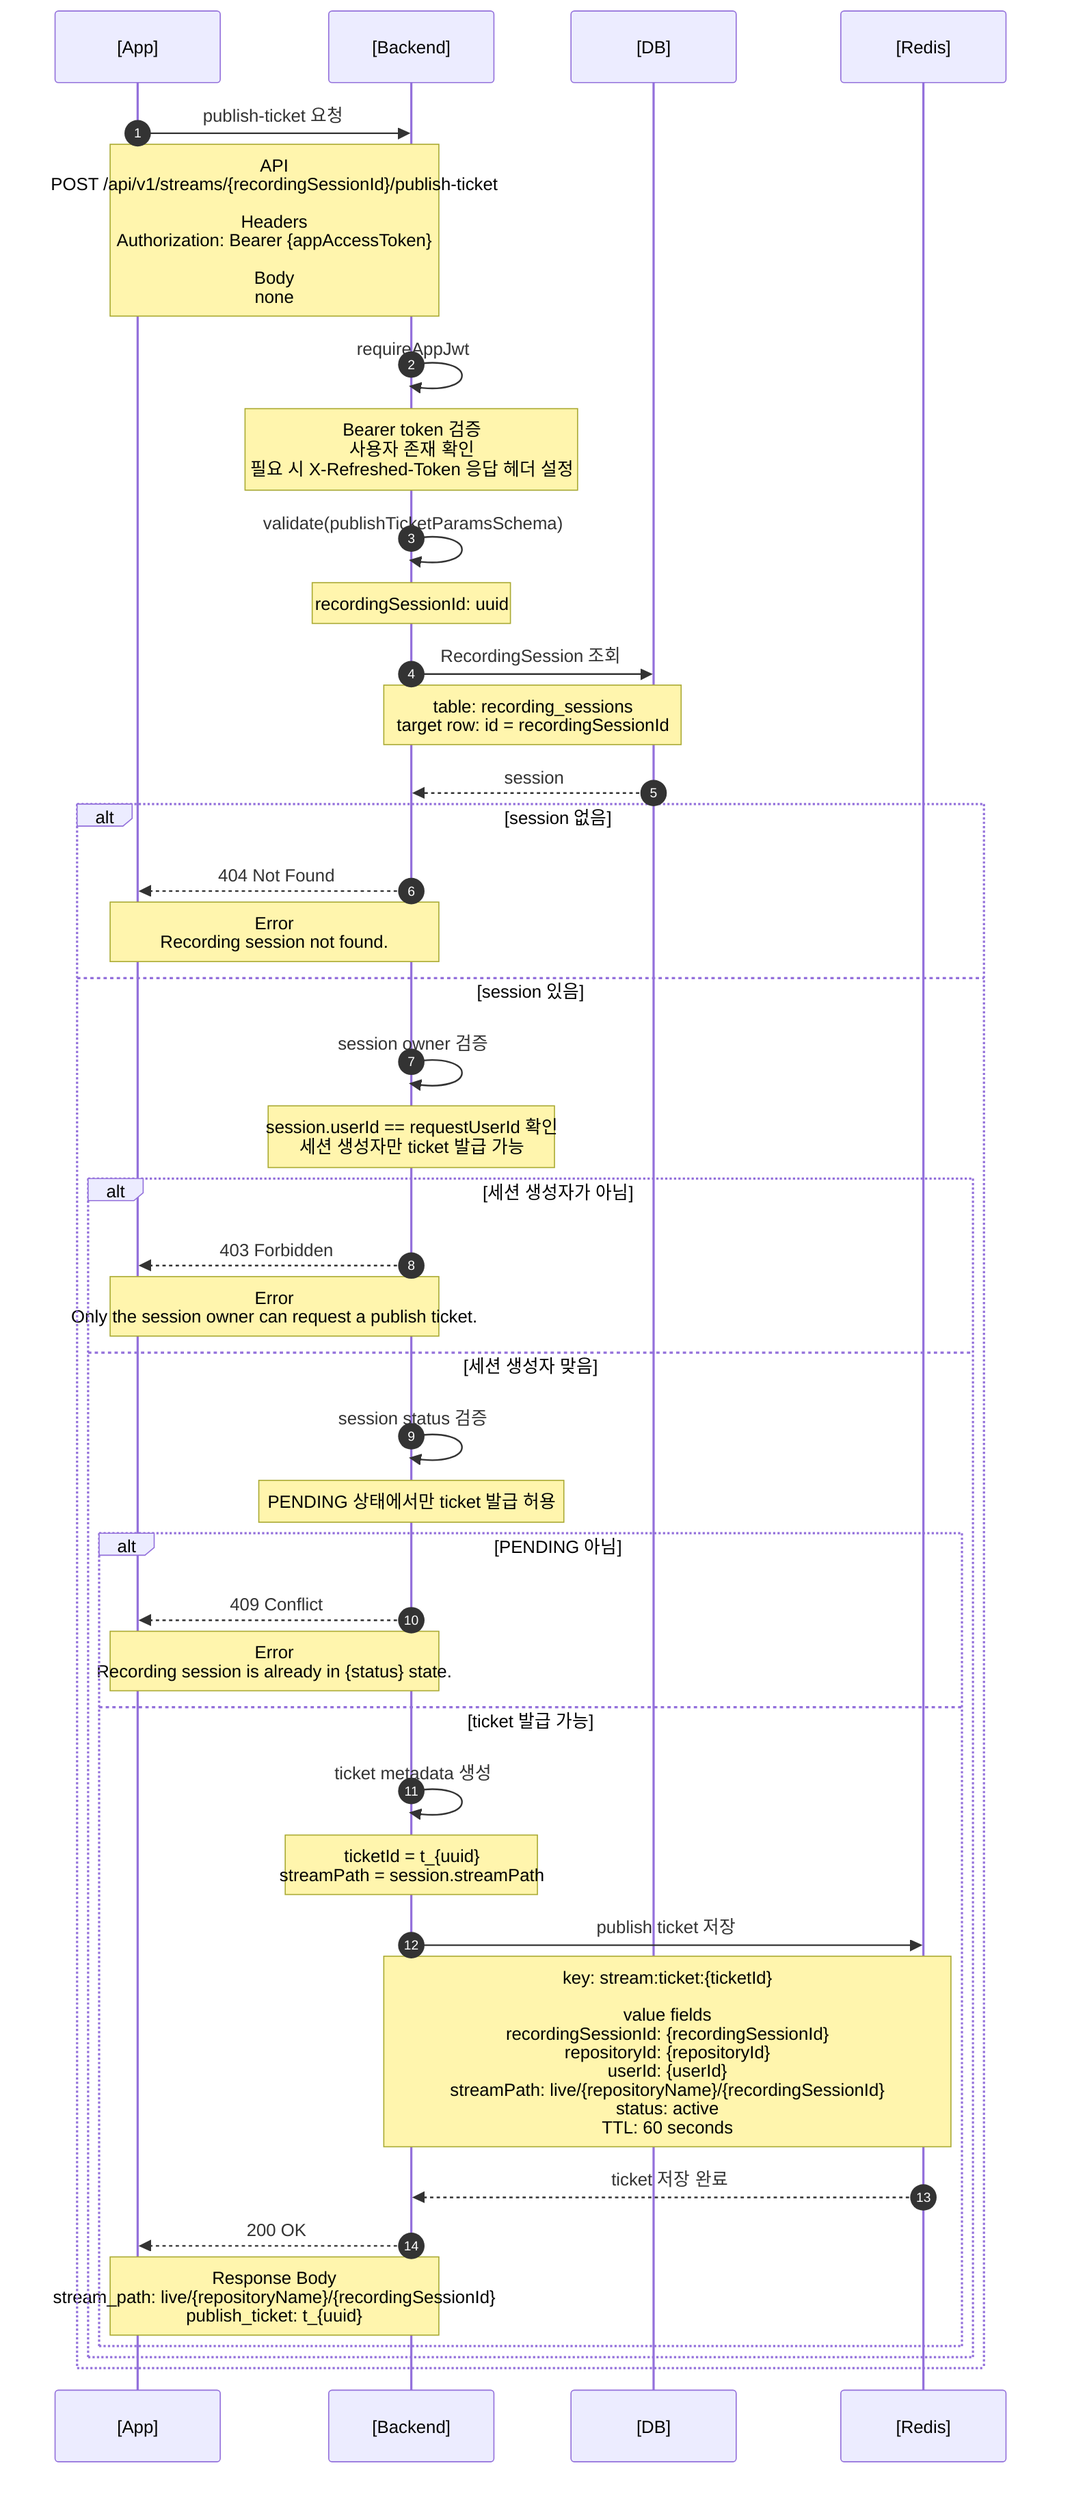
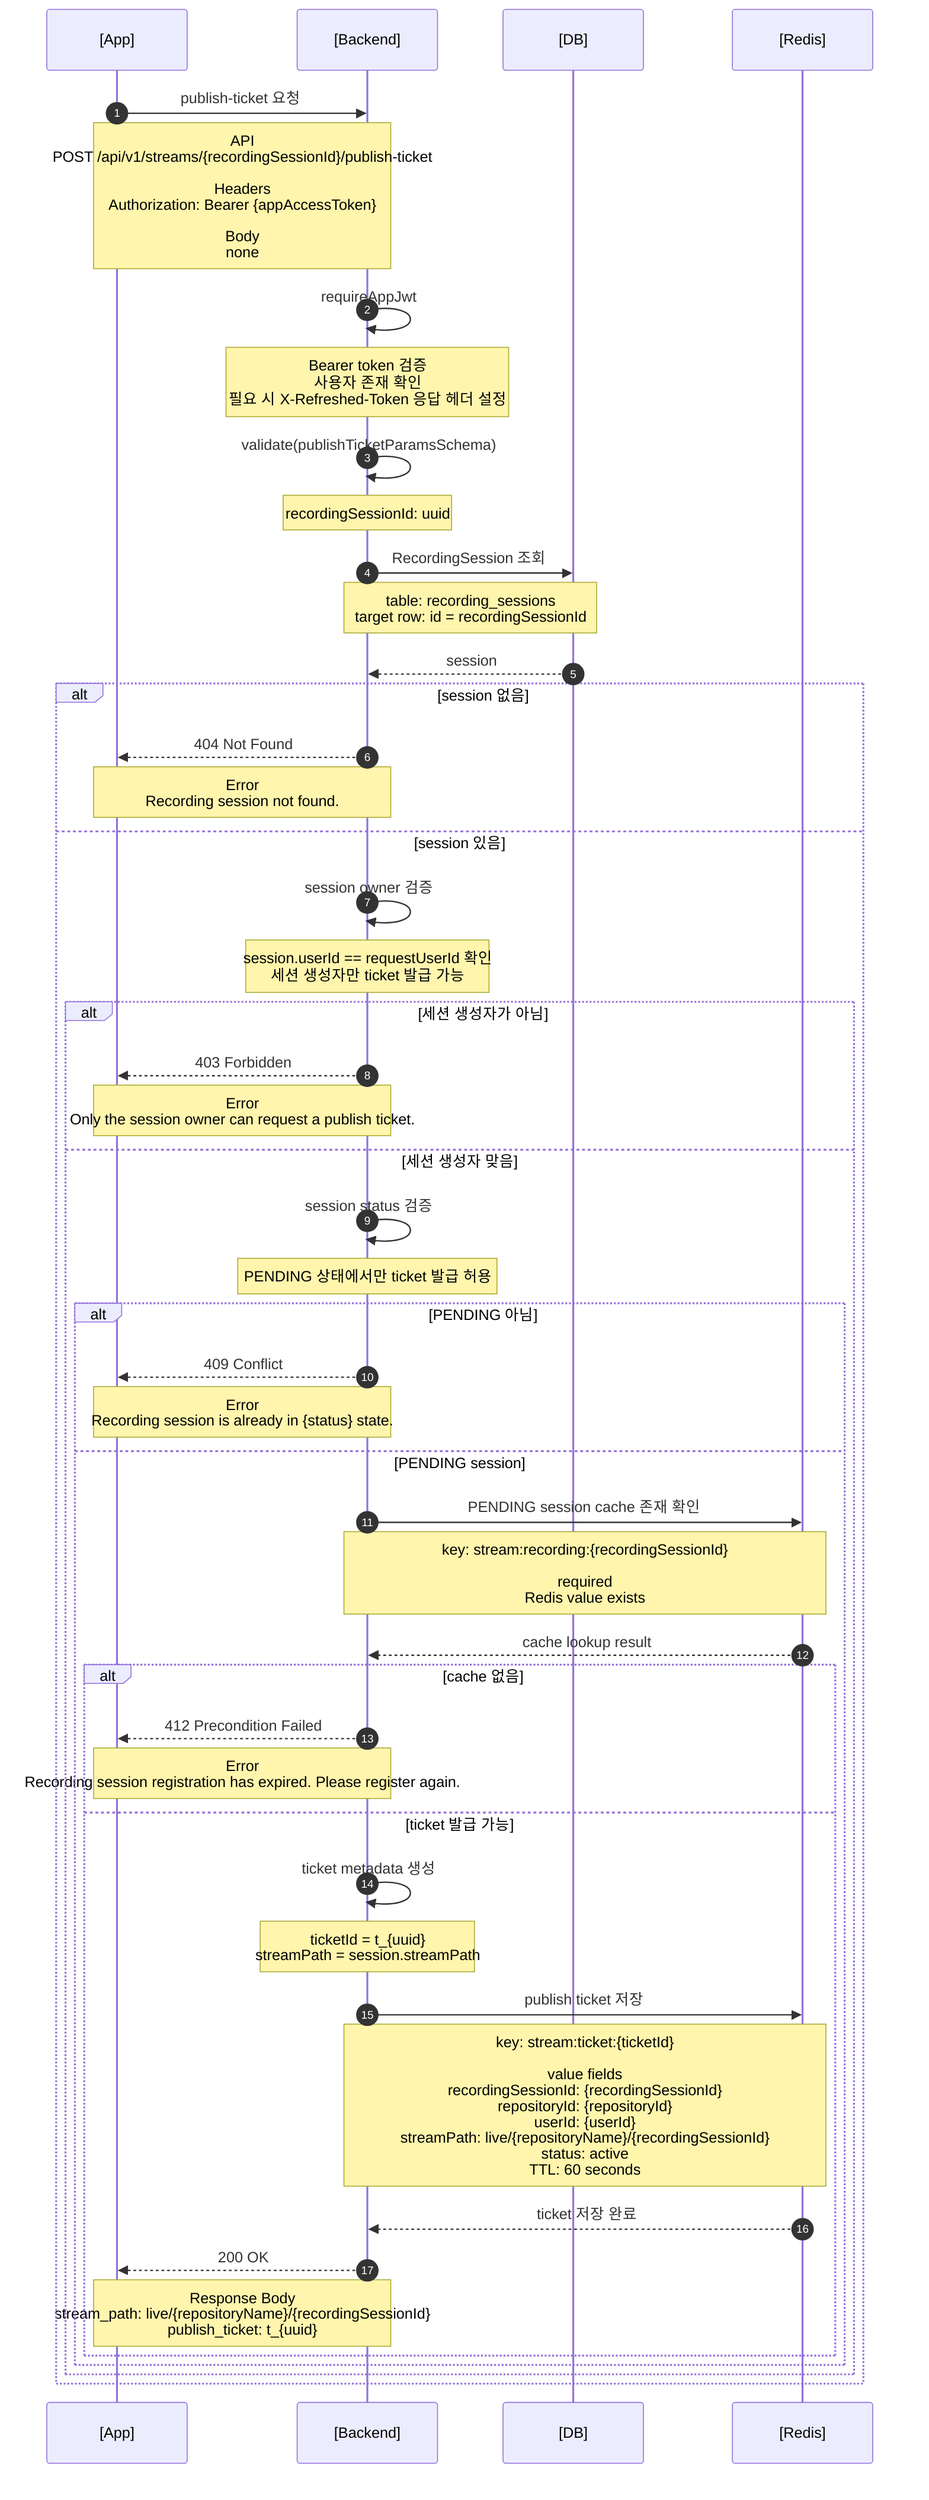
sequenceDiagram
  autonumber
  participant App as [App]
  participant Backend as [Backend]
  participant DB as [DB]
  participant Redis as [Redis]

  App->>Backend: publish-ticket 요청
  Note over App,Backend: API<br/>POST /api/v1/streams/{recordingSessionId}/publish-ticket<br/><br/>Headers<br/>Authorization: Bearer {appAccessToken}<br/><br/>Body<br/>none

  Backend->>Backend: requireAppJwt
  Note over Backend: Bearer token 검증<br/>사용자 존재 확인<br/>필요 시 X-Refreshed-Token 응답 헤더 설정
  Backend->>Backend: validate(publishTicketParamsSchema)
  Note over Backend: recordingSessionId: uuid

  Backend->>DB: RecordingSession 조회
  Note over Backend,DB: table: recording_sessions<br/>target row: id = recordingSessionId
  DB-->>Backend: session

  alt session 없음
    Backend-->>App: 404 Not Found
    Note over App,Backend: Error<br/>Recording session not found.
  else session 있음
    Backend->>Backend: session owner 검증
    Note over Backend: session.userId == requestUserId 확인<br/>세션 생성자만 ticket 발급 가능
    alt 세션 생성자가 아님
      Backend-->>App: 403 Forbidden
      Note over App,Backend: Error<br/>Only the session owner can request a publish ticket.
    else 세션 생성자 맞음
      Backend->>Backend: session status 검증
      Note over Backend: PENDING 상태에서만 ticket 발급 허용
      alt PENDING 아님
        Backend-->>App: 409 Conflict
        Note over App,Backend: Error<br/>Recording session is already in {status} state.
-       else ticket 발급 가능
-         Backend->>Backend: ticket metadata 생성
-         Note over Backend: ticketId = t_{uuid}<br/>streamPath = session.streamPath
+       else PENDING session
+         Backend->>Redis: PENDING session cache 존재 확인
+         Note over Backend,Redis: key: stream:recording:{recordingSessionId}<br/><br/>required<br/>Redis value exists
+         Redis-->>Backend: cache lookup result

-         Backend->>Redis: publish ticket 저장
-         Note over Backend,Redis: key: stream:ticket:{ticketId}<br/><br/>value fields<br/>recordingSessionId: {recordingSessionId}<br/>repositoryId: {repositoryId}<br/>userId: {userId}<br/>streamPath: live/{repositoryName}/{recordingSessionId}<br/>status: active<br/>TTL: 60 seconds
-         Redis-->>Backend: ticket 저장 완료
+         alt cache 없음
+           Backend-->>App: 412 Precondition Failed
+           Note over App,Backend: Error<br/>Recording session registration has expired. Please register again.
+         else ticket 발급 가능
+           Backend->>Backend: ticket metadata 생성
+           Note over Backend: ticketId = t_{uuid}<br/>streamPath = session.streamPath

-         Backend-->>App: 200 OK
-         Note over App,Backend: Response Body<br/>stream_path: live/{repositoryName}/{recordingSessionId}<br/>publish_ticket: t_{uuid}
+           Backend->>Redis: publish ticket 저장
+           Note over Backend,Redis: key: stream:ticket:{ticketId}<br/><br/>value fields<br/>recordingSessionId: {recordingSessionId}<br/>repositoryId: {repositoryId}<br/>userId: {userId}<br/>streamPath: live/{repositoryName}/{recordingSessionId}<br/>status: active<br/>TTL: 60 seconds
+           Redis-->>Backend: ticket 저장 완료
+ 
+           Backend-->>App: 200 OK
+           Note over App,Backend: Response Body<br/>stream_path: live/{repositoryName}/{recordingSessionId}<br/>publish_ticket: t_{uuid}
+         end
      end
    end
  end

%% 참고:
%% publish-ticket 단계에서는 repository 권한을 재검증하지 않는다.
- %% PENDING 등록 유효시간 만료도 검사하지 않고 recording_sessions row도 갱신하지 않는다.
+ %% PENDING 등록 유효성은 Redis stream:recording:{recordingSessionId} cache 존재 여부로만 검사한다.
+ %% recording_sessions row는 갱신하지 않는다.
%% publish-ticket 단계에서 Redis에 쓰는 값은 stream:ticket:{ticketId} 하나다.
%% expiresAt은 JSON에 저장하지 않고 Redis TTL만 사용한다.
%% 이후 RTMP publish/auth/stream-ready 흐름은 .mermaid/3.rtmp-publish.mmd에서 다룬다.
